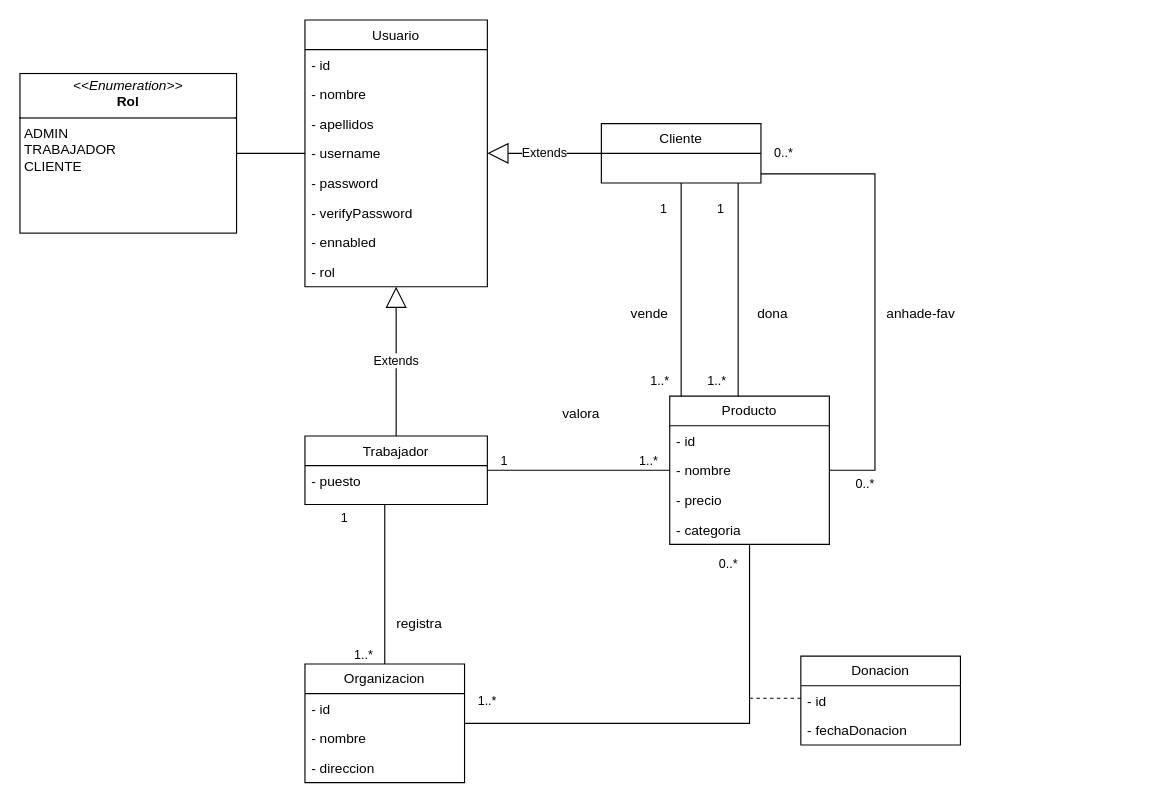
This is DiagramaDeClases.drawio from alvarocastilla05/RecySell, a draw.io file, before an edit. Source tidied: cells renumbered, new cells numbered last; positions are measured from the earlier drawing's top-left corner, leaving out a move shared by most shapes. Both pictures are drawn from the tidied source at 114%, with x=0, y=0 at pixel (19, 19).
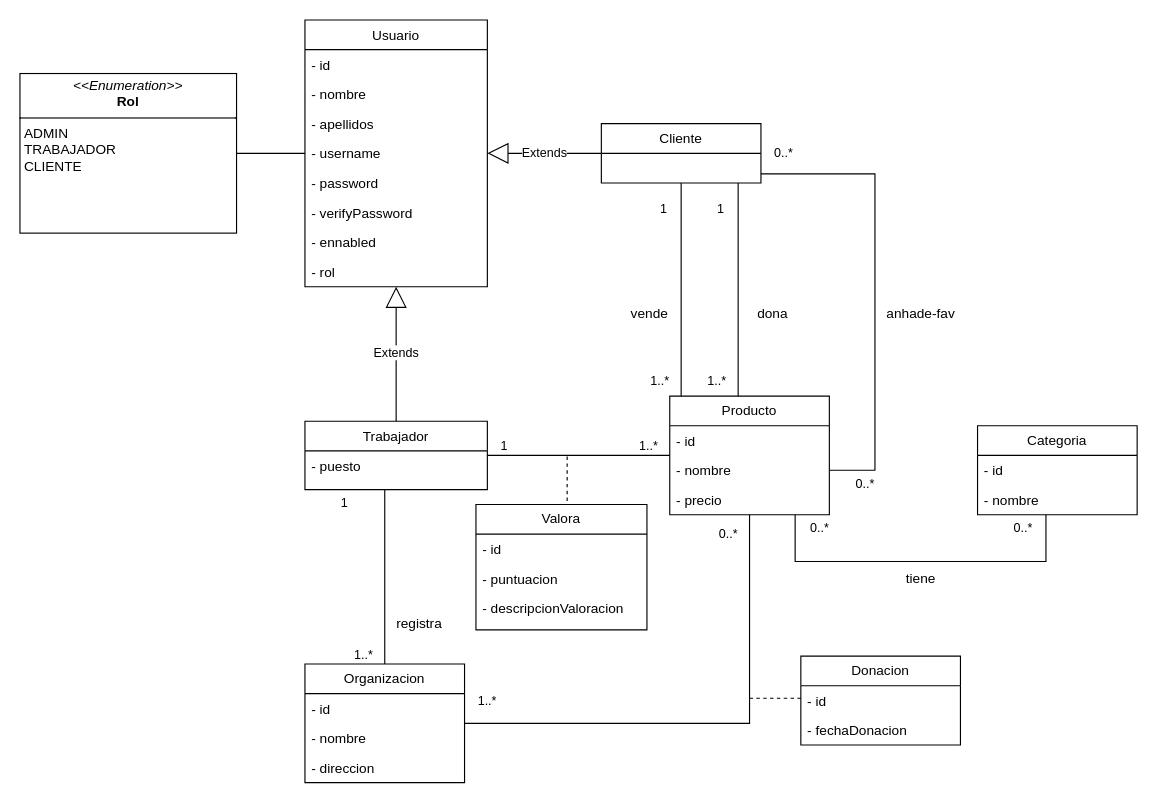
The same diagram, later.

Commit message:
Diagrama de clases al main

The edit, as a diff of the source:
```diff
@@
     <mxCell id="11" value="Trabajador" style="swimlane;fontStyle=0;align=center;verticalAlign=top;horizontal=1;startSize=26;rounded=0;shadow=0;strokeWidth=1;" parent="1" vertex="1">
-      <mxGeometry x="250" y="365" width="160" height="60" as="geometry" />
+      <mxGeometry x="250" y="352" width="160" height="60" as="geometry" />
     </mxCell>
@@
     <mxCell id="14" value="Producto" style="swimlane;fontStyle=0;horizontal=1;startSize=26;fillColor=none;whiteSpace=wrap;html=1;" parent="1" vertex="1">
-      <mxGeometry x="570" y="330" width="140" height="130" as="geometry" />
+      <mxGeometry x="570" y="330" width="140" height="104" as="geometry" />
     </mxCell>
@@
-    <mxCell id="18" value="- categoria" style="text;strokeColor=none;fillColor=none;align=left;verticalAlign=top;spacingLeft=4;spacingRight=4;overflow=hidden;whiteSpace=wrap;html=1;" parent="14" vertex="1">
-      <mxGeometry y="104" width="140" height="26" as="geometry" />
-    </mxCell>
@@
-    <mxCell id="30" value="valora" style="text;html=1;align=center;verticalAlign=middle;strokeColor=none;fillColor=none;rotation=0;" parent="1" vertex="1">
-      <mxGeometry x="462" y="331" width="60" height="30" as="geometry" />
-    </mxCell>
@@
+    <mxCell id="54" value="Categoria" style="swimlane;fontStyle=0;horizontal=1;startSize=26;fillColor=none;whiteSpace=wrap;html=1;" parent="1" vertex="1">
+      <mxGeometry x="840" y="356" width="140" height="78" as="geometry" />
+    </mxCell>
+    <mxCell id="55" value="- id" style="text;strokeColor=none;fillColor=none;align=left;verticalAlign=top;spacingLeft=4;spacingRight=4;overflow=hidden;whiteSpace=wrap;html=1;" parent="54" vertex="1">
+      <mxGeometry y="26" width="140" height="26" as="geometry" />
+    </mxCell>
+    <mxCell id="56" value="- nombre" style="text;strokeColor=none;fillColor=none;align=left;verticalAlign=top;spacingLeft=4;spacingRight=4;overflow=hidden;whiteSpace=wrap;html=1;" parent="54" vertex="1">
+      <mxGeometry y="52" width="140" height="26" as="geometry" />
+    </mxCell>
+    <mxCell id="57" style="endArrow=none;html=1;edgeStyle=orthogonalEdgeStyle;rounded=0;" parent="1" edge="1">
+      <mxGeometry relative="1" as="geometry">
+        <mxPoint x="900" y="434" as="sourcePoint" />
+        <mxPoint x="680" y="434" as="targetPoint" />
+        <Array as="points">
+          <mxPoint x="900" y="475" />
+          <mxPoint x="680" y="475" />
+        </Array>
+      </mxGeometry>
+    </mxCell>
+    <mxCell id="58" value="0..*" style="edgeLabel;html=1;align=left;verticalAlign=bottom;" parent="57" vertex="1">
+      <mxGeometry x="-1" relative="1" as="geometry">
+        <mxPoint x="-30" y="20" as="offset" />
+      </mxGeometry>
+    </mxCell>
+    <mxCell id="59" value="0..*" style="edgeLabel;html=1;align=right;verticalAlign=bottom;" parent="57" vertex="1">
+      <mxGeometry x="1" relative="1" as="geometry">
+        <mxPoint x="30" y="20" as="offset" />
+      </mxGeometry>
+    </mxCell>
+    <mxCell id="60" value="tiene" style="text;html=1;align=center;verticalAlign=middle;strokeColor=none;fillColor=none;rotation=0;" parent="1" vertex="1">
+      <mxGeometry x="765" y="475" width="50" height="30" as="geometry" />
+    </mxCell>
+    <mxCell id="61" style="endArrow=none;dashed=1;html=1;rounded=0;edgeStyle=elbowEdgeStyle;elbow=vertical;" parent="1" edge="1">
+      <mxGeometry relative="1" as="geometry">
+        <mxPoint x="480" y="422" as="sourcePoint" />
+        <mxPoint x="480" y="382" as="targetPoint" />
+      </mxGeometry>
+    </mxCell>
+    <mxCell id="62" value="Valora" style="swimlane;fontStyle=0;horizontal=1;startSize=26;fillColor=none;whiteSpace=wrap;html=1;" parent="1" vertex="1">
+      <mxGeometry x="400" y="425" width="150" height="110" as="geometry" />
+    </mxCell>
+    <mxCell id="63" value="- id" style="text;strokeColor=none;fillColor=none;align=left;verticalAlign=top;spacingLeft=4;spacingRight=4;overflow=hidden;whiteSpace=wrap;html=1;" parent="62" vertex="1">
+      <mxGeometry y="26" width="150" height="26" as="geometry" />
+    </mxCell>
+    <mxCell id="64" value="- puntuacion" style="text;strokeColor=none;fillColor=none;align=left;verticalAlign=top;spacingLeft=4;spacingRight=4;overflow=hidden;whiteSpace=wrap;html=1;" parent="62" vertex="1">
+      <mxGeometry y="52" width="150" height="26" as="geometry" />
+    </mxCell>
+    <mxCell id="65" value="- descripcionValoracion" style="text;strokeColor=none;fillColor=none;align=left;verticalAlign=top;spacingLeft=4;spacingRight=4;overflow=hidden;whiteSpace=wrap;html=1;" parent="62" vertex="1">
+      <mxGeometry y="78" width="150" height="32" as="geometry" />
+    </mxCell>
```
